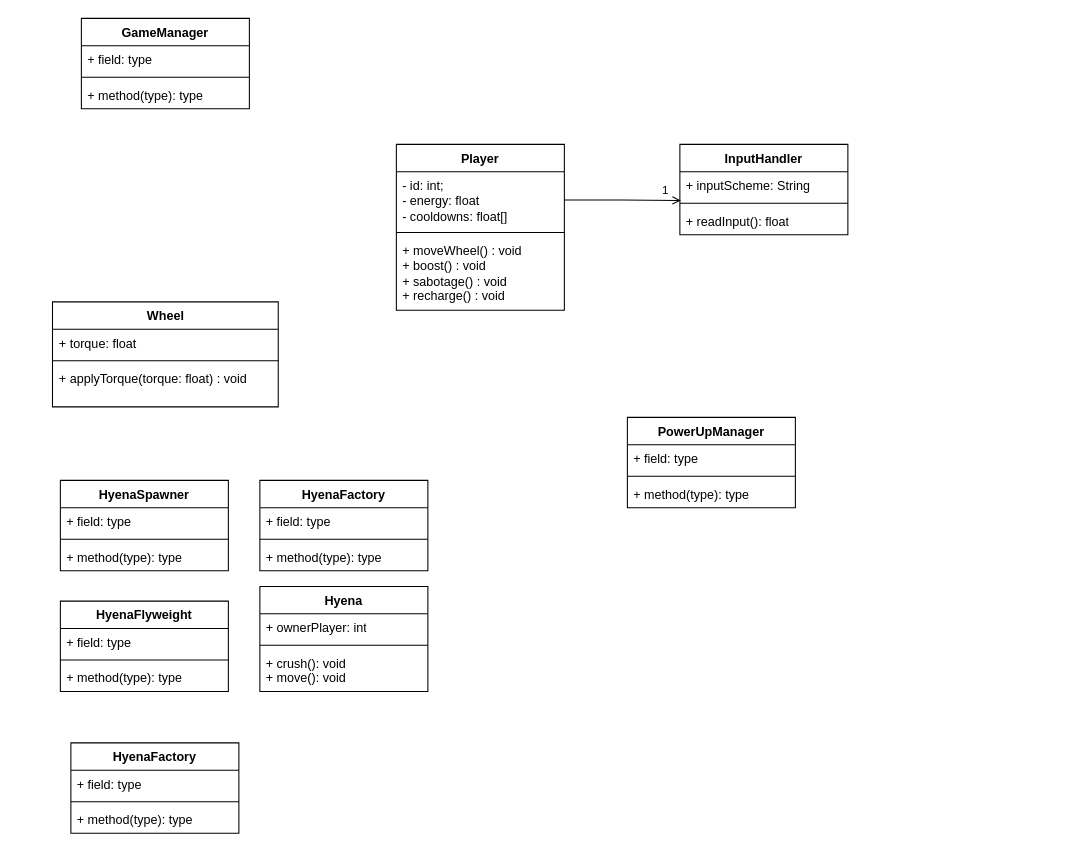
Earlier version of the draw.io diagram CrushClassDiagram.drawio (nsy115-11404f/modelisation). Source tidied: cells renumbered, new cells numbered last; positions are measured from the earlier drawing's top-left corner, leaving out a move shared by most shapes. Both pictures are drawn from the tidied source at 105%, with x=0, y=0 at pixel (51, 18).
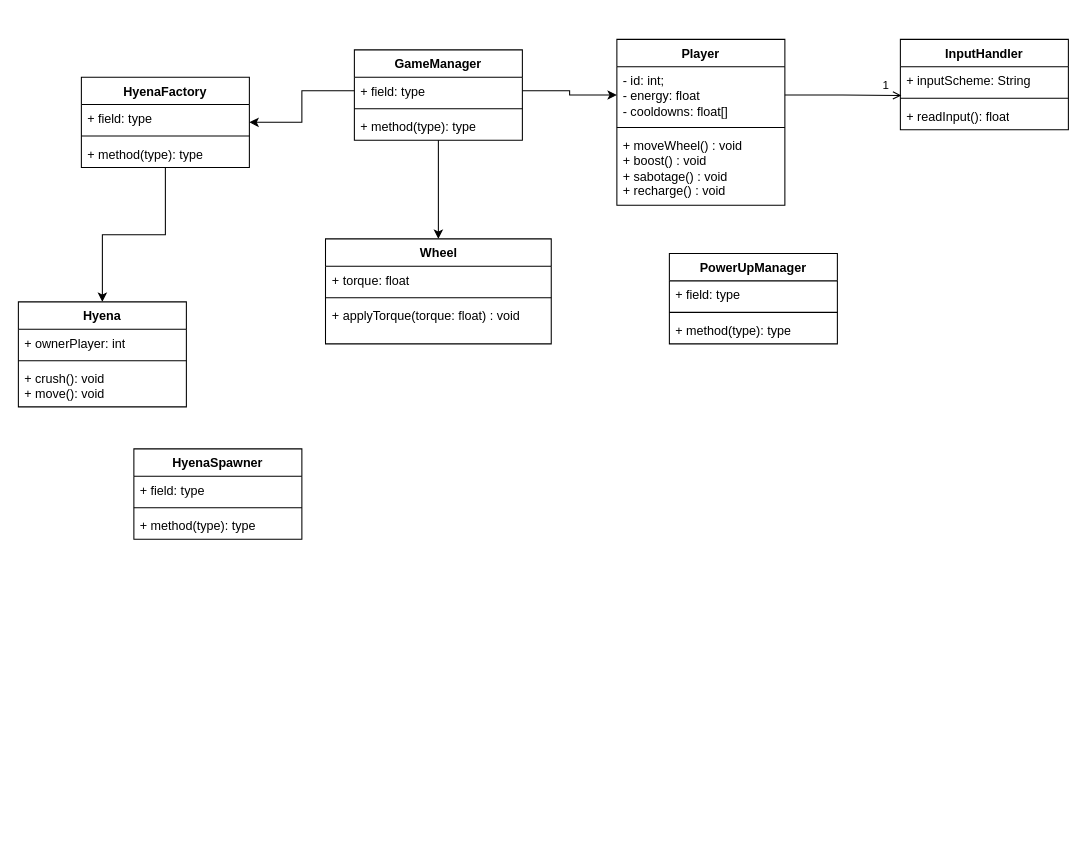
Above is the later version.

The change refers to these unchanged cells:
```xml
<mxCell id="3" value="+ field: type" style="text;strokeColor=none;fillColor=none;align=left;verticalAlign=top;spacingLeft=4;spacingRight=4;overflow=hidden;points=[[0,0.5],[1,0.5]];portConstraint=eastwest;whiteSpace=wrap;html=1;" parent="2" vertex="1">
  <mxGeometry y="26" width="160" height="26" as="geometry" />
</mxCell>
<mxCell id="7" value="&lt;div&gt;- id: int;&lt;/div&gt;&lt;div&gt;- energy: float&amp;nbsp;&lt;/div&gt;&lt;div&gt;- cooldowns: float[]&amp;nbsp;&lt;/div&gt;" style="text;strokeColor=none;fillColor=none;align=left;verticalAlign=top;spacingLeft=4;spacingRight=4;overflow=hidden;points=[[0,0.5],[1,0.5]];portConstraint=eastwest;whiteSpace=wrap;html=1;" parent="6" vertex="1">
  <mxGeometry y="26" width="160" height="54" as="geometry" />
</mxCell>
```

Diff of the diagram source:
```diff
@@
+    <mxCell id="44" style="edgeStyle=orthogonalEdgeStyle;rounded=0;jettySize=auto;html=1;entryX=0.5;entryY=0;entryDx=0;entryDy=0;" parent="1" edge="1" source="2" target="10">
+      <mxGeometry relative="1" as="geometry" />
+    </mxCell>
     <mxCell id="2" value="GameManager" style="swimlane;fontStyle=1;align=center;verticalAlign=top;horizontal=1;startSize=26;whiteSpace=wrap;html=1;" parent="1" vertex="1">
-      <mxGeometry x="28" width="160" height="86" as="geometry" />
+      <mxGeometry x="288" y="30" width="160" height="86" as="geometry" />
     </mxCell>
@@
     <mxCell id="6" value="Player" style="swimlane;fontStyle=1;align=center;verticalAlign=top;horizontal=1;startSize=26;whiteSpace=wrap;html=1;" parent="1" vertex="1">
-      <mxGeometry x="328" y="120" width="160" height="158" as="geometry" />
+      <mxGeometry x="538" y="20" width="160" height="158" as="geometry" />
     </mxCell>
@@
     <mxCell id="10" value="Wheel" style="swimlane;fontStyle=1;align=center;verticalAlign=top;horizontal=1;startSize=26;whiteSpace=wrap;html=1;" parent="1" vertex="1">
-      <mxGeometry x="0.5" y="270" width="215" height="100" as="geometry" />
+      <mxGeometry x="260.5" y="210" width="215" height="100" as="geometry" />
     </mxCell>
@@
     <mxCell id="14" value="InputHandler" style="swimlane;fontStyle=1;align=center;verticalAlign=top;horizontal=1;startSize=26;whiteSpace=wrap;html=1;" parent="1" vertex="1">
-      <mxGeometry x="598" y="120" width="160" height="86" as="geometry" />
+      <mxGeometry x="808" y="20" width="160" height="86" as="geometry" />
     </mxCell>
@@
     <mxCell id="18" value="PowerUpManager" style="swimlane;fontStyle=1;align=center;verticalAlign=top;horizontal=1;startSize=26;whiteSpace=wrap;html=1;" parent="1" vertex="1">
-      <mxGeometry x="548" y="380" width="160" height="86" as="geometry" />
+      <mxGeometry x="588" y="224" width="160" height="86" as="geometry" />
     </mxCell>
@@
-    <mxCell id="22" value="HyenaFactory" style="swimlane;fontStyle=1;align=center;verticalAlign=top;horizontal=1;startSize=26;whiteSpace=wrap;html=1;" parent="1" vertex="1">
-      <mxGeometry x="18" y="690" width="160" height="86" as="geometry" />
-    </mxCell>
-    <mxCell id="23" value="+ field: type" style="text;strokeColor=none;fillColor=none;align=left;verticalAlign=top;spacingLeft=4;spacingRight=4;overflow=hidden;whiteSpace=wrap;html=1;" parent="22" vertex="1">
-      <mxGeometry y="26" width="160" height="26" as="geometry" />
-    </mxCell>
-    <mxCell id="24" style="line;strokeWidth=1;fillColor=none;align=left;verticalAlign=middle;spacingTop=-1;spacingLeft=3;spacingRight=3;labelPosition=right;strokeColor=inherit;" parent="22" vertex="1">
-      <mxGeometry y="52" width="160" height="8" as="geometry" />
-    </mxCell>
-    <mxCell id="25" value="+ method(type): type" style="text;strokeColor=none;fillColor=none;align=left;verticalAlign=top;spacingLeft=4;spacingRight=4;overflow=hidden;whiteSpace=wrap;html=1;" parent="22" vertex="1">
-      <mxGeometry y="60" width="160" height="26" as="geometry" />
-    </mxCell>
     <mxCell id="26" value="HyenaSpawner" style="swimlane;fontStyle=1;align=center;verticalAlign=top;horizontal=1;startSize=26;whiteSpace=wrap;html=1;" parent="1" vertex="1">
-      <mxGeometry x="8" y="440" width="160" height="86" as="geometry" />
+      <mxGeometry x="78" y="410" width="160" height="86" as="geometry" />
     </mxCell>
@@
+    <mxCell id="45" style="edgeStyle=orthogonalEdgeStyle;rounded=0;jettySize=auto;html=1;entryX=0.5;entryY=0;entryDx=0;entryDy=0;" parent="1" edge="1" source="30" target="38">
+      <mxGeometry relative="1" as="geometry" />
+    </mxCell>
     <mxCell id="30" value="HyenaFactory" style="swimlane;fontStyle=1;align=center;verticalAlign=top;horizontal=1;startSize=26;whiteSpace=wrap;html=1;" parent="1" vertex="1">
-      <mxGeometry x="198" y="440" width="160" height="86" as="geometry" />
+      <mxGeometry x="28" y="56" width="160" height="86" as="geometry" />
     </mxCell>
@@
-    <mxCell id="34" value="HyenaFlyweight" style="swimlane;fontStyle=1;align=center;verticalAlign=top;horizontal=1;startSize=26;whiteSpace=wrap;html=1;" parent="1" vertex="1">
-      <mxGeometry x="8" y="555" width="160" height="86" as="geometry" />
-    </mxCell>
-    <mxCell id="35" value="+ field: type" style="text;strokeColor=none;fillColor=none;align=left;verticalAlign=top;spacingLeft=4;spacingRight=4;overflow=hidden;whiteSpace=wrap;html=1;" parent="34" vertex="1">
-      <mxGeometry y="26" width="160" height="26" as="geometry" />
-    </mxCell>
-    <mxCell id="36" style="line;strokeWidth=1;fillColor=none;align=left;verticalAlign=middle;spacingTop=-1;spacingLeft=3;spacingRight=3;labelPosition=right;strokeColor=inherit;" parent="34" vertex="1">
-      <mxGeometry y="52" width="160" height="8" as="geometry" />
-    </mxCell>
-    <mxCell id="37" value="+ method(type): type" style="text;strokeColor=none;fillColor=none;align=left;verticalAlign=top;spacingLeft=4;spacingRight=4;overflow=hidden;whiteSpace=wrap;html=1;" parent="34" vertex="1">
-      <mxGeometry y="60" width="160" height="26" as="geometry" />
-    </mxCell>
     <mxCell id="38" value="Hyena" style="swimlane;fontStyle=1;align=center;verticalAlign=top;horizontal=1;startSize=26;whiteSpace=wrap;html=1;" parent="1" vertex="1">
-      <mxGeometry x="198" y="541" width="160" height="100" as="geometry" />
+      <mxGeometry x="-32" y="270" width="160" height="100" as="geometry" />
     </mxCell>
@@
+    <mxCell id="46" style="edgeStyle=orthogonalEdgeStyle;rounded=0;jettySize=auto;html=1;exitX=1;exitY=0.5;exitDx=0;exitDy=0;entryX=0;entryY=0.5;entryDx=0;entryDy=0;" parent="1" edge="1" source="3" target="7">
+      <mxGeometry relative="1" as="geometry" />
+    </mxCell>
+    <mxCell id="47" style="edgeStyle=orthogonalEdgeStyle;rounded=0;jettySize=auto;html=1;entryX=1;entryY=0.5;entryDx=0;entryDy=0;" parent="1" edge="1" source="3" target="30">
+      <mxGeometry relative="1" as="geometry" />
+    </mxCell>
```
